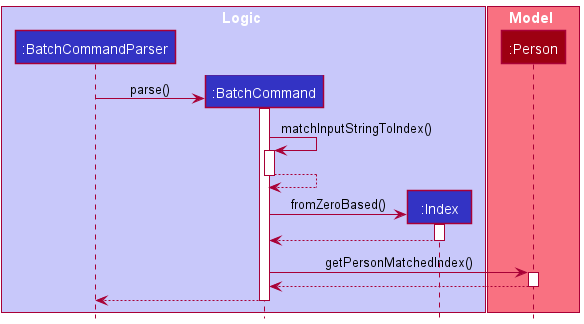
The PlantUML diagram docs/images/BatchCommandInputToIndexSequenceDiagram.png in nus-cs2103-AY2122S2/tp, before a commit.
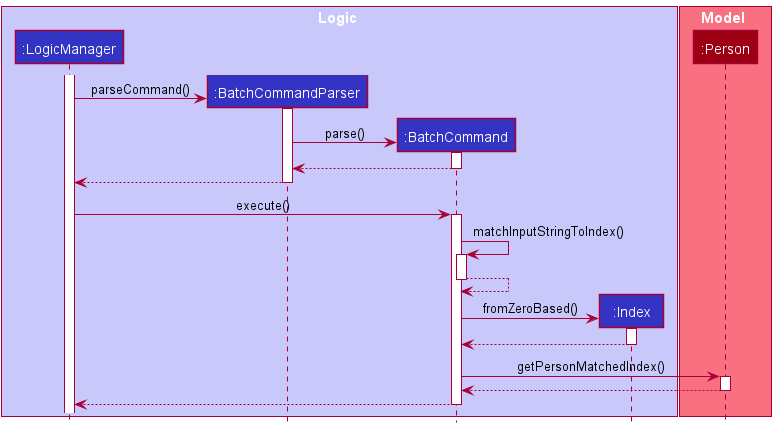
The same diagram one commit later.

Commit message:
Update diagram and some improve testcases

Diff of the diagram source:
```diff
@@ -2,7 +2,7 @@
 !include style.puml
 
 box Logic LOGIC_COLOR_T1
-
+participant ":LogicManager" as LogicManager LOGIC_COLOR
 participant ":BatchCommandParser" as BatchCommandParser LOGIC_COLOR
 participant ":BatchCommand"  as BatchCommand LOGIC_COLOR
 participant ":Index"  as Index LOGIC_COLOR
@@ -13,10 +13,23 @@
 participant ":Person"  as Person MODEL_COLOR
 box end
 
+activate LogicManager
+create BatchCommandParser
+LogicManager -> BatchCommandParser: parseCommand()
+activate BatchCommandParser
+
 create BatchCommand
 BatchCommandParser -> BatchCommand : parse()
 activate BatchCommand
 
+BatchCommand --> BatchCommandParser
+deactivate BatchCommand
+
+BatchCommandParser --> LogicManager
+deactivate BatchCommandParser
+
+LogicManager -> BatchCommand: execute()
+activate BatchCommand
 BatchCommand -> BatchCommand : matchInputStringToIndex()
 activate BatchCommand
 BatchCommand --> BatchCommand
```
